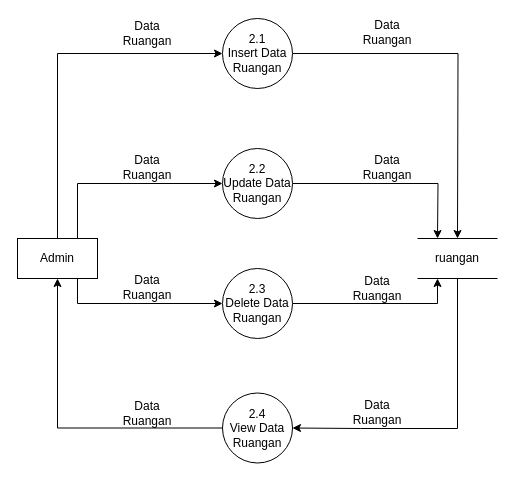
Earlier version of the draw.io diagram page "DFD Level 2 Proses 4" (6 of 10) of Sistem Informasi Pelayanan Puskesmas Plered/Untitled Diagram.drawio (umarshd/dfd-skripsi). Source tidied: cells renumbered, new cells numbered last; positions are measured from the earlier drawing's top-left corner, leaving out a move shared by most shapes. Both pictures are drawn from the tidied source at 100%, with x=0, y=0 at pixel (17, 17).
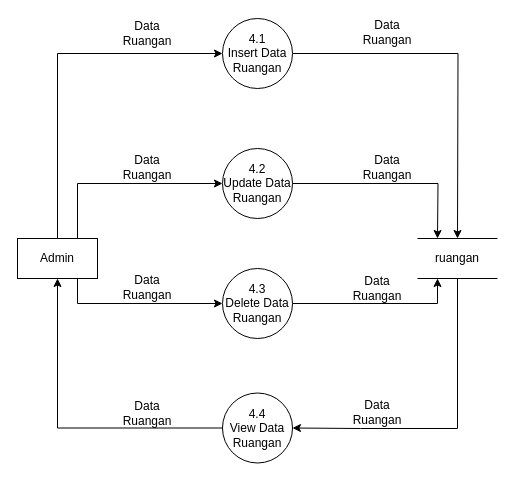
The same diagram, later.

What changed in the source:
```diff
@@
-    <mxCell id="3" value="2.1&lt;br&gt;Insert Data Ruangan" style="ellipse;whiteSpace=wrap;html=1;" parent="1" vertex="1">
+    <mxCell id="3" value="4.1&lt;br&gt;Insert Data Ruangan" style="ellipse;whiteSpace=wrap;html=1;" parent="1" vertex="1">
       <mxGeometry x="205" y="1" width="70" height="70" as="geometry" />
     </mxCell>
@@
-    <mxCell id="9" value="2.2&lt;br&gt;Update Data Ruangan" style="ellipse;whiteSpace=wrap;html=1;" parent="1" vertex="1">
+    <mxCell id="9" value="4.2&lt;br&gt;Update Data Ruangan" style="ellipse;whiteSpace=wrap;html=1;" parent="1" vertex="1">
       <mxGeometry x="205" y="131" width="70" height="70" as="geometry" />
     </mxCell>
@@
-    <mxCell id="11" value="2.3&lt;br&gt;Delete Data Ruangan" style="ellipse;whiteSpace=wrap;html=1;" parent="1" vertex="1">
+    <mxCell id="11" value="4.3&lt;br&gt;Delete Data Ruangan" style="ellipse;whiteSpace=wrap;html=1;" parent="1" vertex="1">
       <mxGeometry x="205" y="251" width="70" height="70" as="geometry" />
     </mxCell>
@@
-    <mxCell id="13" value="2.4&lt;br&gt;View Data Ruangan" style="ellipse;whiteSpace=wrap;html=1;" parent="1" vertex="1">
+    <mxCell id="13" value="4.4&lt;br&gt;View Data Ruangan" style="ellipse;whiteSpace=wrap;html=1;" parent="1" vertex="1">
       <mxGeometry x="205" y="375.5" width="70" height="70" as="geometry" />
     </mxCell>
```
